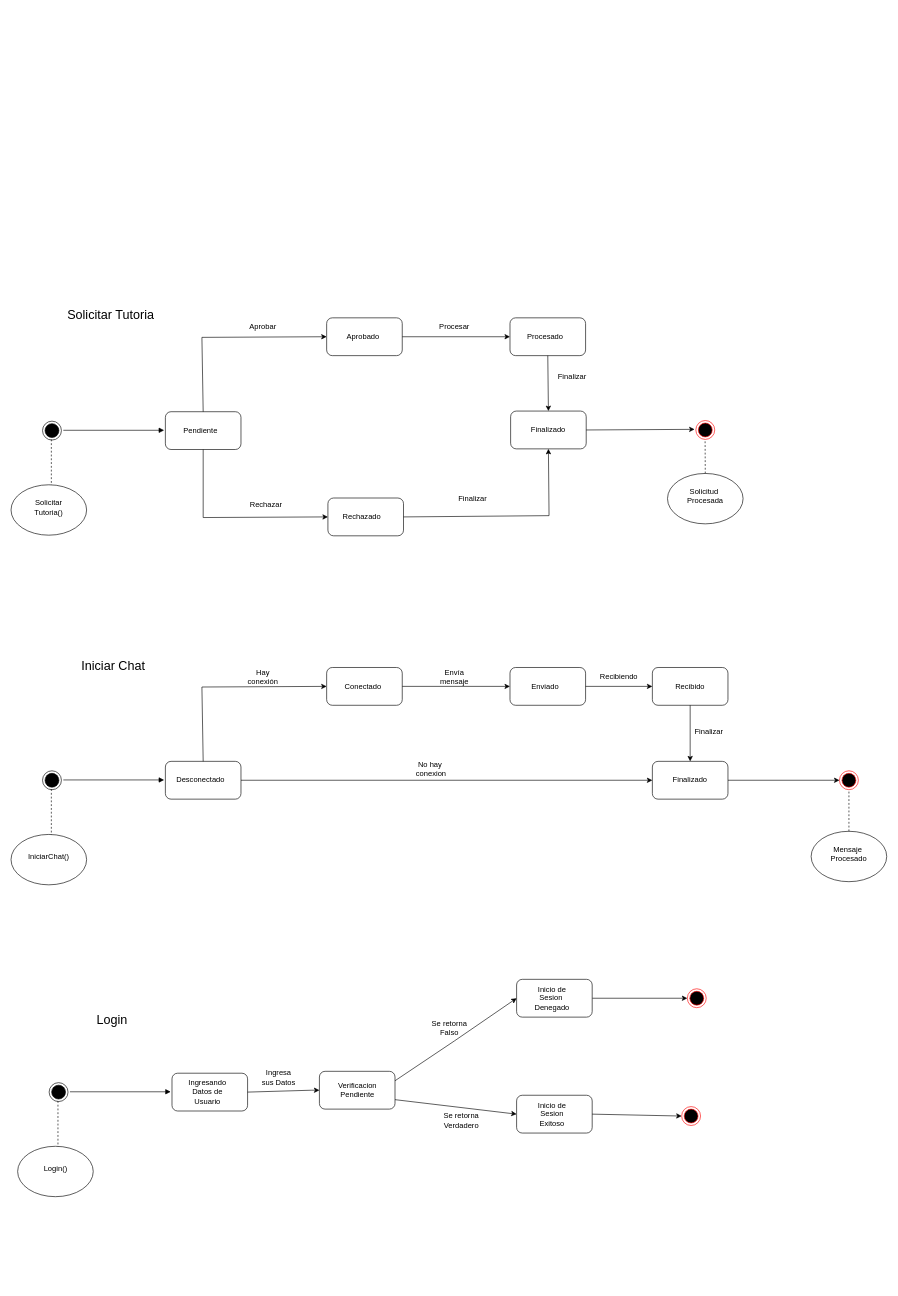
The draw.io diagram DIAGRAMA DE ESTADO!.drawio in TP-SE1/TP_SOS-UC, before the edit. Source tidied: cells renumbered, new cells numbered last; positions are measured from the earlier drawing's top-left corner, leaving out a move shared by most shapes. Both pictures are drawn from the tidied source at 63%, with x=0, y=0 at pixel (11, 302).
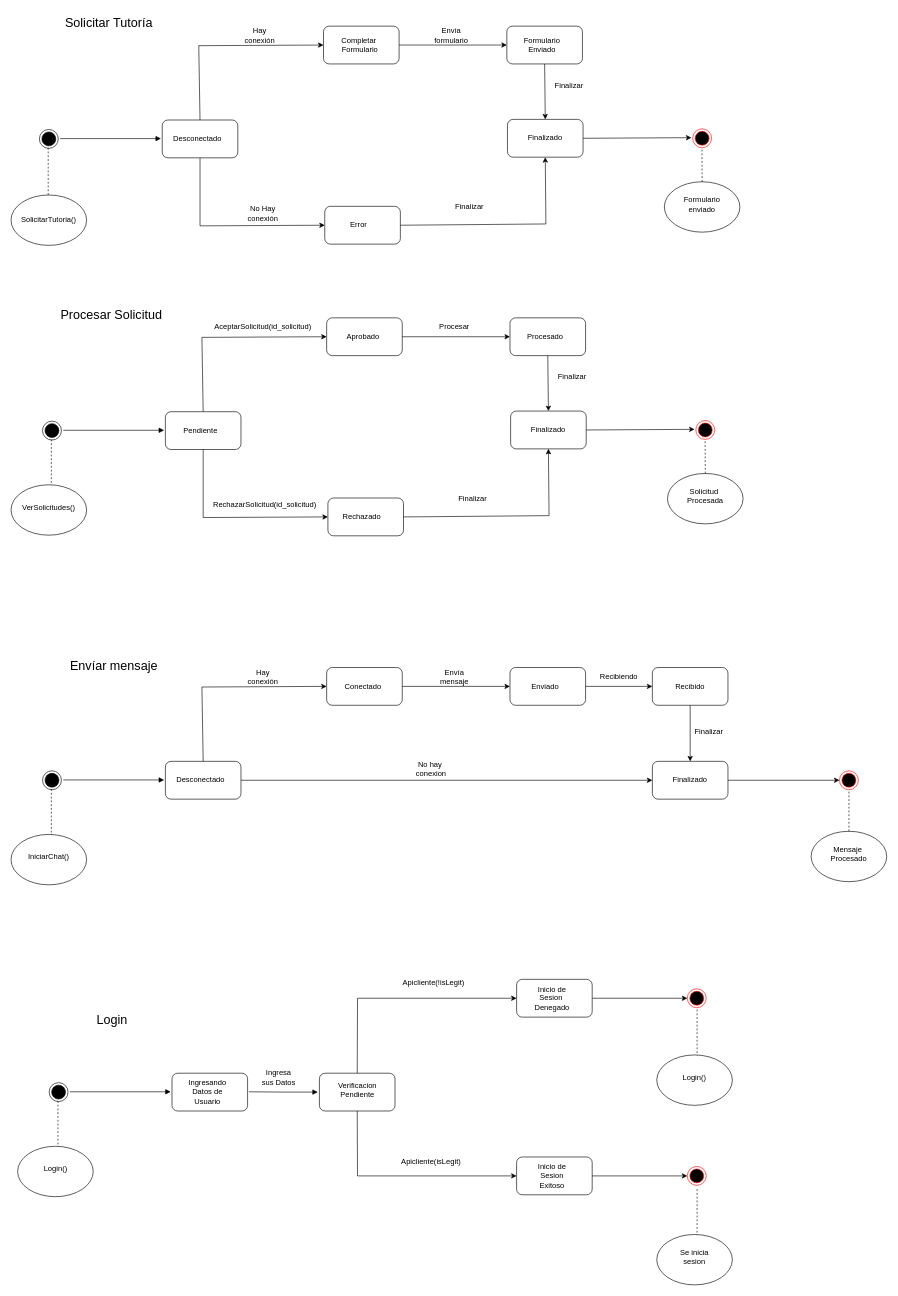
Above is the later version.

Unchanged cells that the change refers to:
```xml
<mxCell id="62" style="rounded=1;whiteSpace=wrap;html=1;" parent="1" vertex="1">
  <mxGeometry x="255.5" y="1223" width="120" height="60" as="geometry" />
</mxCell>
<mxCell id="74" style="rounded=1;whiteSpace=wrap;html=1;" parent="1" vertex="1">
  <mxGeometry x="802.5" y="1074" width="120" height="60" as="geometry" />
</mxCell>
```

What changed in the source:
```diff
@@
-    <mxCell id="5" value="Solicitar&lt;br&gt;Tutoria()" style="text;html=1;strokeColor=none;fillColor=none;align=center;verticalAlign=middle;whiteSpace=wrap;rounded=0;" parent="1" vertex="1">
+    <mxCell id="5" value="VerSolicitudes()" style="text;html=1;strokeColor=none;fillColor=none;align=center;verticalAlign=middle;whiteSpace=wrap;rounded=0;" parent="1" vertex="1">
       <mxGeometry x="30" y="310" width="60" height="30" as="geometry" />
     </mxCell>
@@
-    <mxCell id="13" value="Aprobar" style="text;html=1;strokeColor=none;fillColor=none;align=center;verticalAlign=middle;whiteSpace=wrap;rounded=0;" parent="1" vertex="1">
+    <mxCell id="13" value="AceptarSolicitud(id_solicitud)" style="text;html=1;strokeColor=none;fillColor=none;align=center;verticalAlign=middle;whiteSpace=wrap;rounded=0;" parent="1" vertex="1">
       <mxGeometry x="370" y="24" width="60" height="30" as="geometry" />
     </mxCell>
-    <mxCell id="14" value="Rechazar" style="text;html=1;strokeColor=none;fillColor=none;align=center;verticalAlign=middle;whiteSpace=wrap;rounded=0;" parent="1" vertex="1">
-      <mxGeometry x="375" y="306" width="60" height="30" as="geometry" />
+    <mxCell id="14" value="RechazarSolicitud(id_solicitud)" style="text;html=1;strokeColor=none;fillColor=none;align=center;verticalAlign=middle;whiteSpace=wrap;rounded=0;" parent="1" vertex="1">
+      <mxGeometry x="373" y="306" width="60" height="30" as="geometry" />
     </mxCell>
@@
     <mxCell id="69" style="rounded=1;whiteSpace=wrap;html=1;" parent="1" vertex="1">
-      <mxGeometry x="489.5" y="1220" width="120" height="60" as="geometry" />
+      <mxGeometry x="489.5" y="1223" width="120" height="60" as="geometry" />
     </mxCell>
-    <mxCell id="70" style="endArrow=classic;html=1;rounded=0;exitX=1;exitY=0.5;exitDx=0;exitDy=0;entryX=0;entryY=0.5;entryDx=0;entryDy=0;" parent="1" edge="1" source="62" target="69">
-      <mxGeometry relative="1" as="geometry">
-        <Array as="points">
-          <mxPoint x="477.5" y="1250" />
-        </Array>
-      </mxGeometry>
-    </mxCell>
@@
-    <mxCell id="75" style="endArrow=classic;html=1;rounded=0;exitX=1;exitY=0.25;exitDx=0;exitDy=0;entryX=0;entryY=0.5;entryDx=0;entryDy=0;" parent="1" edge="1" source="69" target="74">
+    <mxCell id="75" style="endArrow=classic;html=1;rounded=0;exitX=0.5;exitY=0;exitDx=0;exitDy=0;entryX=0;entryY=0.5;entryDx=0;entryDy=0;" parent="1" edge="1" source="69" target="74">
       <mxGeometry relative="1" as="geometry">
         <Array as="points">
-          <mxPoint x="703.5" y="1172" />
+          <mxPoint x="550" y="1104" />
         </Array>
       </mxGeometry>
     </mxCell>
@@
     <mxCell id="77" style="rounded=1;whiteSpace=wrap;html=1;" parent="1" vertex="1">
-      <mxGeometry x="802.5" y="1258" width="120" height="60" as="geometry" />
+      <mxGeometry x="802.5" y="1356" width="120" height="60" as="geometry" />
     </mxCell>
-    <mxCell id="78" style="endArrow=classic;html=1;rounded=0;exitX=1;exitY=0.75;exitDx=0;exitDy=0;entryX=0;entryY=0.5;entryDx=0;entryDy=0;" parent="1" edge="1" source="69" target="77">
-      <mxGeometry relative="1" as="geometry" />
+    <mxCell id="78" style="endArrow=classic;html=1;rounded=0;exitX=0.5;exitY=1;exitDx=0;exitDy=0;entryX=0;entryY=0.5;entryDx=0;entryDy=0;" parent="1" edge="1" source="69" target="77">
+      <mxGeometry relative="1" as="geometry">
+        <Array as="points">
+          <mxPoint x="550" y="1386" />
+        </Array>
+      </mxGeometry>
     </mxCell>
-    <mxCell id="79" value="Se retorna Falso" style="text;html=1;strokeColor=none;fillColor=none;align=center;verticalAlign=middle;whiteSpace=wrap;rounded=0;" parent="1" vertex="1">
-      <mxGeometry x="665.5" y="1136" width="60" height="30" as="geometry" />
+    <mxCell id="79" value="Apicliente(!isLegit)" style="text;html=1;strokeColor=none;fillColor=none;align=center;verticalAlign=middle;whiteSpace=wrap;rounded=0;" parent="1" vertex="1">
+      <mxGeometry x="641" y="1064" width="60" height="30" as="geometry" />
     </mxCell>
     <mxCell id="80" value="Inicio de Sesion Exitoso" style="text;html=1;strokeColor=none;fillColor=none;align=center;verticalAlign=middle;whiteSpace=wrap;rounded=0;" parent="1" vertex="1">
-      <mxGeometry x="828.5" y="1273" width="60" height="30" as="geometry" />
+      <mxGeometry x="828.5" y="1371" width="60" height="30" as="geometry" />
     </mxCell>
@@
-    <mxCell id="83" value="Se retorna Verdadero" style="text;html=1;strokeColor=none;fillColor=none;align=center;verticalAlign=middle;whiteSpace=wrap;rounded=0;" parent="1" vertex="1">
-      <mxGeometry x="684.5" y="1283" width="60" height="30" as="geometry" />
-    </mxCell>
     <mxCell id="84" style="ellipse;html=1;shape=endState;fillColor=#000000;strokeColor=#ff0000;" parent="1" vertex="1">
-      <mxGeometry x="1064.5" y="1276" width="30" height="30" as="geometry" />
+      <mxGeometry x="1073.5" y="1371" width="30" height="30" as="geometry" />
     </mxCell>
-    <mxCell id="85" value="Solicitar Tutoria" style="text;html=1;align=center;verticalAlign=middle;strokeColor=none;fillColor=none;fontSize=20;" parent="1" vertex="1">
-      <mxGeometry x="80" width="156" height="36" as="geometry" />
+    <mxCell id="85" value="Procesar Solicitud" style="text;html=1;align=center;verticalAlign=middle;strokeColor=none;fillColor=none;fontSize=20;" parent="1" vertex="1">
+      <mxGeometry x="69" width="179" height="36" as="geometry" />
     </mxCell>
-    <mxCell id="86" value="Iniciar Chat" style="text;html=1;align=center;verticalAlign=middle;strokeColor=none;fillColor=none;fontSize=20;" parent="1" vertex="1">
-      <mxGeometry x="102" y="558" width="119" height="36" as="geometry" />
+    <mxCell id="86" value="Envíar mensaje" style="text;html=1;align=center;verticalAlign=middle;strokeColor=none;fillColor=none;fontSize=20;" parent="1" vertex="1">
+      <mxGeometry x="84" y="558" width="157" height="36" as="geometry" />
     </mxCell>
@@
+    <mxCell id="88" style="rounded=1;whiteSpace=wrap;html=1;" parent="1" vertex="1">
+      <mxGeometry x="240" y="-290" width="120" height="60" as="geometry" />
+    </mxCell>
+    <mxCell id="89" style="endArrow=none;dashed=1;html=1;rounded=0;" parent="1" edge="1">
+      <mxGeometry relative="1" as="geometry">
+        <mxPoint x="59" y="-171" as="sourcePoint" />
+        <mxPoint x="59" y="-249" as="targetPoint" />
+      </mxGeometry>
+    </mxCell>
+    <mxCell id="90" style="ellipse;html=1;shape=endState;fillColor=#000000;strokeColor=#000000;" parent="1" vertex="1">
+      <mxGeometry x="45" y="-275" width="30" height="30" as="geometry" />
+    </mxCell>
+    <mxCell id="91" style="endArrow=block;endFill=1;html=1;edgeStyle=orthogonalEdgeStyle;align=left;verticalAlign=top;rounded=0;" parent="1" edge="1">
+      <mxGeometry x="-1" relative="1" as="geometry">
+        <mxPoint x="78" y="-260.5" as="sourcePoint" />
+        <mxPoint x="238" y="-260.5" as="targetPoint" />
+      </mxGeometry>
+    </mxCell>
+    <mxCell id="92" value="Desconectado" style="text;html=1;strokeColor=none;fillColor=none;align=center;verticalAlign=middle;whiteSpace=wrap;rounded=0;" parent="1" vertex="1">
+      <mxGeometry x="266" y="-275" width="60" height="30" as="geometry" />
+    </mxCell>
+    <mxCell id="93" style="rounded=1;whiteSpace=wrap;html=1;" parent="1" vertex="1">
+      <mxGeometry x="496" y="-439" width="120" height="60" as="geometry" />
+    </mxCell>
+    <mxCell id="94" style="rounded=1;whiteSpace=wrap;html=1;" parent="1" vertex="1">
+      <mxGeometry x="498" y="-153" width="120" height="60" as="geometry" />
+    </mxCell>
+    <mxCell id="95" style="endArrow=classic;html=1;rounded=0;exitX=0.5;exitY=0;exitDx=0;exitDy=0;entryX=0;entryY=0.5;entryDx=0;entryDy=0;" parent="1" edge="1" source="88" target="93">
+      <mxGeometry relative="1" as="geometry">
+        <Array as="points">
+          <mxPoint x="298" y="-408" />
+        </Array>
+      </mxGeometry>
+    </mxCell>
+    <mxCell id="96" style="endArrow=classic;html=1;rounded=0;exitX=0.5;exitY=1;exitDx=0;exitDy=0;entryX=0;entryY=0.5;entryDx=0;entryDy=0;" parent="1" edge="1" source="88" target="94">
+      <mxGeometry relative="1" as="geometry">
+        <Array as="points">
+          <mxPoint x="300" y="-122" />
+        </Array>
+      </mxGeometry>
+    </mxCell>
+    <mxCell id="97" value="Hay conexión" style="text;html=1;strokeColor=none;fillColor=none;align=center;verticalAlign=middle;whiteSpace=wrap;rounded=0;" parent="1" vertex="1">
+      <mxGeometry x="365" y="-439" width="60" height="30" as="geometry" />
+    </mxCell>
+    <mxCell id="98" value="No Hay conexión" style="text;html=1;strokeColor=none;fillColor=none;align=center;verticalAlign=middle;whiteSpace=wrap;rounded=0;" parent="1" vertex="1">
+      <mxGeometry x="370" y="-157" width="60" height="30" as="geometry" />
+    </mxCell>
+    <mxCell id="99" value="Completar&amp;nbsp;&lt;br&gt;Formulario" style="text;html=1;strokeColor=none;fillColor=none;align=center;verticalAlign=middle;whiteSpace=wrap;rounded=0;" parent="1" vertex="1">
+      <mxGeometry x="524" y="-424" width="60" height="30" as="geometry" />
+    </mxCell>
+    <mxCell id="100" value="Error" style="text;html=1;strokeColor=none;fillColor=none;align=center;verticalAlign=middle;whiteSpace=wrap;rounded=0;" parent="1" vertex="1">
+      <mxGeometry x="522" y="-138" width="60" height="30" as="geometry" />
+    </mxCell>
+    <mxCell id="101" style="rounded=1;whiteSpace=wrap;html=1;" parent="1" vertex="1">
+      <mxGeometry x="787" y="-439" width="120" height="60" as="geometry" />
+    </mxCell>
+    <mxCell id="102" style="endArrow=classic;html=1;rounded=0;exitX=1;exitY=0.5;exitDx=0;exitDy=0;entryX=0;entryY=0.5;entryDx=0;entryDy=0;" parent="1" edge="1" source="93" target="101">
+      <mxGeometry relative="1" as="geometry" />
+    </mxCell>
+    <mxCell id="103" value="Formulario&lt;br&gt;Enviado" style="text;html=1;strokeColor=none;fillColor=none;align=center;verticalAlign=middle;whiteSpace=wrap;rounded=0;" parent="1" vertex="1">
+      <mxGeometry x="813" y="-424" width="60" height="30" as="geometry" />
+    </mxCell>
+    <mxCell id="104" style="rounded=1;whiteSpace=wrap;html=1;" parent="1" vertex="1">
+      <mxGeometry x="788" y="-291" width="120" height="60" as="geometry" />
+    </mxCell>
+    <mxCell id="105" style="endArrow=classic;html=1;rounded=0;exitX=0.5;exitY=1;exitDx=0;exitDy=0;entryX=0.5;entryY=0;entryDx=0;entryDy=0;" parent="1" edge="1" source="101" target="104">
+      <mxGeometry relative="1" as="geometry" />
+    </mxCell>
+    <mxCell id="106" value="Finalizado" style="text;html=1;strokeColor=none;fillColor=none;align=center;verticalAlign=middle;whiteSpace=wrap;rounded=0;" parent="1" vertex="1">
+      <mxGeometry x="818" y="-276" width="60" height="30" as="geometry" />
+    </mxCell>
+    <mxCell id="107" value="Finalizar" style="text;html=1;strokeColor=none;fillColor=none;align=center;verticalAlign=middle;whiteSpace=wrap;rounded=0;" parent="1" vertex="1">
+      <mxGeometry x="856" y="-360" width="60" height="30" as="geometry" />
+    </mxCell>
+    <mxCell id="108" value="Envía formulario" style="text;html=1;strokeColor=none;fillColor=none;align=center;verticalAlign=middle;whiteSpace=wrap;rounded=0;" parent="1" vertex="1">
+      <mxGeometry x="669" y="-439" width="60" height="30" as="geometry" />
+    </mxCell>
+    <mxCell id="109" style="endArrow=classic;html=1;rounded=0;exitX=1;exitY=0.5;exitDx=0;exitDy=0;entryX=0.5;entryY=1;entryDx=0;entryDy=0;" parent="1" edge="1" source="94" target="104">
+      <mxGeometry relative="1" as="geometry">
+        <Array as="points">
+          <mxPoint x="849" y="-125" />
+        </Array>
+      </mxGeometry>
+    </mxCell>
+    <mxCell id="110" value="Finalizar" style="text;html=1;strokeColor=none;fillColor=none;align=center;verticalAlign=middle;whiteSpace=wrap;rounded=0;" parent="1" vertex="1">
+      <mxGeometry x="698" y="-167" width="60" height="30" as="geometry" />
+    </mxCell>
+    <mxCell id="111" style="endArrow=classic;html=1;rounded=0;exitX=1;exitY=0.5;exitDx=0;exitDy=0;" parent="1" edge="1" source="104">
+      <mxGeometry relative="1" as="geometry">
+        <mxPoint x="1080" y="-262" as="targetPoint" />
+      </mxGeometry>
+    </mxCell>
+    <mxCell id="112" style="ellipse;whiteSpace=wrap;html=1;" parent="1" vertex="1">
+      <mxGeometry x="1037" y="-192" width="120" height="80" as="geometry" />
+    </mxCell>
+    <mxCell id="113" style="ellipse;html=1;shape=endState;fillColor=#000000;strokeColor=#ff0000;" parent="1" vertex="1">
+      <mxGeometry x="1082" y="-276" width="30" height="30" as="geometry" />
+    </mxCell>
+    <mxCell id="114" style="endArrow=none;dashed=1;html=1;rounded=0;" parent="1" edge="1">
+      <mxGeometry relative="1" as="geometry">
+        <mxPoint x="1097" y="-192" as="sourcePoint" />
+        <mxPoint x="1096.7" y="-246" as="targetPoint" />
+      </mxGeometry>
+    </mxCell>
+    <mxCell id="115" value="Formulario&lt;br&gt;enviado" style="text;html=1;strokeColor=none;fillColor=none;align=center;verticalAlign=middle;whiteSpace=wrap;rounded=0;" parent="1" vertex="1">
+      <mxGeometry x="1067" y="-171" width="60" height="30" as="geometry" />
+    </mxCell>
+    <mxCell id="116" value="Solicitar Tutoría" style="text;html=1;align=center;verticalAlign=middle;strokeColor=none;fillColor=none;fontSize=20;" parent="1" vertex="1">
+      <mxGeometry x="76" y="-463" width="157" height="36" as="geometry" />
+    </mxCell>
+    <mxCell id="117" value="SolicitarTutoria()" style="ellipse;whiteSpace=wrap;html=1;" parent="1" vertex="1">
+      <mxGeometry y="-171" width="120" height="80" as="geometry" />
+    </mxCell>
+    <mxCell id="118" style="endArrow=block;endFill=1;html=1;edgeStyle=orthogonalEdgeStyle;align=left;verticalAlign=top;rounded=0;" parent="1" edge="1">
+      <mxGeometry x="-1" relative="1" as="geometry">
+        <mxPoint x="377.5" y="1252.5" as="sourcePoint" />
+        <mxPoint x="487" y="1253" as="targetPoint" />
+      </mxGeometry>
+    </mxCell>
+    <mxCell id="119" style="endArrow=none;dashed=1;html=1;rounded=0;" parent="1" edge="1">
+      <mxGeometry relative="1" as="geometry">
+        <mxPoint x="1089" y="1197" as="sourcePoint" />
+        <mxPoint x="1089" y="1119" as="targetPoint" />
+      </mxGeometry>
+    </mxCell>
+    <mxCell id="120" style="ellipse;whiteSpace=wrap;html=1;" parent="1" vertex="1">
+      <mxGeometry x="1025" y="1194" width="120" height="80" as="geometry" />
+    </mxCell>
+    <mxCell id="121" value="Login()" style="text;html=1;strokeColor=none;fillColor=none;align=center;verticalAlign=middle;whiteSpace=wrap;rounded=0;" parent="1" vertex="1">
+      <mxGeometry x="1055" y="1215" width="60" height="30" as="geometry" />
+    </mxCell>
+    <mxCell id="122" style="endArrow=none;dashed=1;html=1;rounded=0;" parent="1" edge="1">
+      <mxGeometry relative="1" as="geometry">
+        <mxPoint x="1089" y="1482" as="sourcePoint" />
+        <mxPoint x="1089" y="1404" as="targetPoint" />
+      </mxGeometry>
+    </mxCell>
+    <mxCell id="123" style="ellipse;whiteSpace=wrap;html=1;" parent="1" vertex="1">
+      <mxGeometry x="1025" y="1479" width="120" height="80" as="geometry" />
+    </mxCell>
+    <mxCell id="124" value="Se inicia&lt;br&gt;sesion" style="text;html=1;strokeColor=none;fillColor=none;align=center;verticalAlign=middle;whiteSpace=wrap;rounded=0;" parent="1" vertex="1">
+      <mxGeometry x="1055" y="1500" width="60" height="30" as="geometry" />
+    </mxCell>
+    <mxCell id="125" value="Apicliente(isLegit)" style="text;html=1;strokeColor=none;fillColor=none;align=center;verticalAlign=middle;whiteSpace=wrap;rounded=0;" parent="1" vertex="1">
+      <mxGeometry x="637" y="1348" width="60" height="30" as="geometry" />
+    </mxCell>
```
